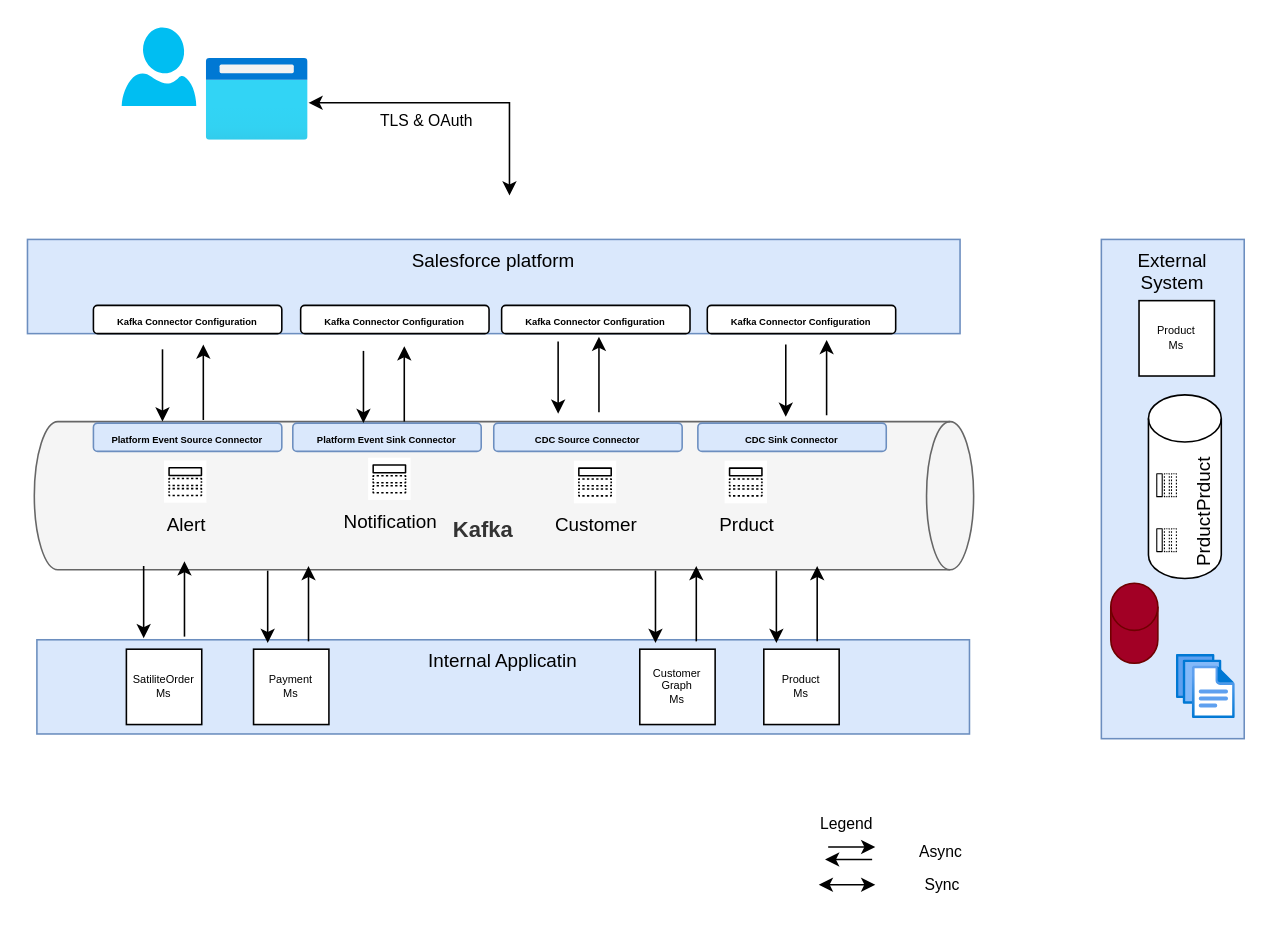
The draw.io diagram ExternalSystemToSalesforce.drawio in sreenubk/user-tracker, before the edit. Source tidied: cells renumbered, new cells numbered last; positions are measured from the earlier drawing's top-left corner, leaving out a move shared by most shapes. Both pictures are drawn from the tidied source at 157%, with x=0, y=0 at pixel (27, 25).
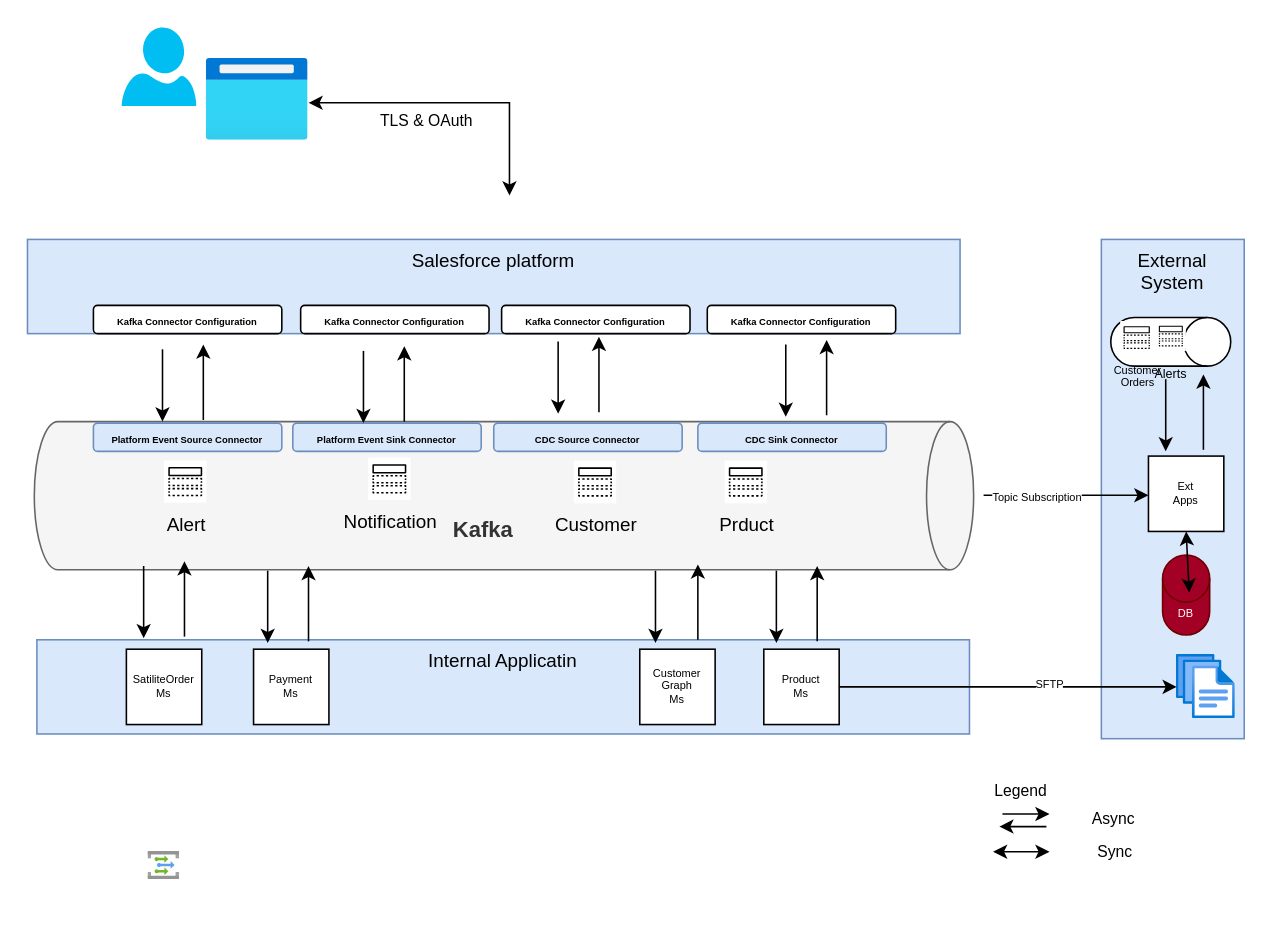
After the change.

Unchanged cells that the change refers to:
```xml
<mxCell id="38" value="&lt;div&gt;Product&lt;/div&gt;&lt;div&gt;Ms&lt;br&gt;&lt;/div&gt;" style="whiteSpace=wrap;html=1;fontSize=7;" parent="1" vertex="1">
  <mxGeometry x="469" y="397" width="48" height="48" as="geometry" />
</mxCell>
<mxCell id="54" style="html=1;points=[];align=center;image;fontSize=12;image=img/lib/azure2/general/Files.svg;" parent="1" vertex="1">
  <mxGeometry x="732" y="400.5" width="37.5" height="41" as="geometry" />
</mxCell>
```

What changed in the source:
```diff
@@
     <mxCell id="13" style="endArrow=classic;html=1;rounded=0;fontSize=10;" parent="1" edge="1">
       <mxGeometry relative="1" as="geometry">
-        <mxPoint x="510" y="523" as="sourcePoint" />
-        <mxPoint x="540" y="523" as="targetPoint" />
+        <mxPoint x="621" y="502" as="sourcePoint" />
+        <mxPoint x="651" y="502" as="targetPoint" />
       </mxGeometry>
     </mxCell>
     <mxCell id="14" style="endArrow=classic;html=1;rounded=0;fontSize=10;" parent="1" edge="1">
       <mxGeometry relative="1" as="geometry">
-        <mxPoint x="538" y="531" as="sourcePoint" />
-        <mxPoint x="508" y="531" as="targetPoint" />
+        <mxPoint x="649" y="510" as="sourcePoint" />
+        <mxPoint x="619" y="510" as="targetPoint" />
       </mxGeometry>
     </mxCell>
     <mxCell id="15" style="endArrow=classic;startArrow=classic;html=1;rounded=0;fontSize=10;" parent="1" edge="1">
       <mxGeometry relative="1" as="geometry">
-        <mxPoint x="504" y="547" as="sourcePoint" />
-        <mxPoint x="540" y="547" as="targetPoint" />
+        <mxPoint x="615" y="526" as="sourcePoint" />
+        <mxPoint x="651" y="526" as="targetPoint" />
       </mxGeometry>
     </mxCell>
     <mxCell id="16" value="Async" style="text;html=1;strokeColor=none;fillColor=none;align=center;verticalAlign=middle;whiteSpace=wrap;rounded=0;fontSize=10;" parent="1" vertex="1">
-      <mxGeometry x="552" y="517" width="60" height="18" as="geometry" />
+      <mxGeometry x="662" y="496" width="60" height="18" as="geometry" />
     </mxCell>
     <mxCell id="17" value="Sync" style="text;html=1;strokeColor=none;fillColor=none;align=center;verticalAlign=middle;whiteSpace=wrap;rounded=0;fontSize=10;" parent="1" vertex="1">
-      <mxGeometry x="553" y="538" width="60" height="18" as="geometry" />
+      <mxGeometry x="663" y="517" width="60" height="18" as="geometry" />
     </mxCell>
     <mxCell id="18" value="Legend" style="text;html=1;strokeColor=none;fillColor=none;align=center;verticalAlign=middle;whiteSpace=wrap;rounded=0;fontSize=10;" parent="1" vertex="1">
-      <mxGeometry x="492" y="499" width="60" height="18" as="geometry" />
+      <mxGeometry x="603" y="478" width="60" height="18" as="geometry" />
     </mxCell>
@@
-    <mxCell id="44" style="endArrow=classic;html=1;rounded=0;fontSize=10;entryX=0.75;entryY=1;entryDx=0;entryDy=0;" parent="1" edge="1">
-      <mxGeometry relative="1" as="geometry">
-        <mxPoint x="426" y="392" as="sourcePoint" />
-        <mxPoint x="426" y="344" as="targetPoint" />
-      </mxGeometry>
-    </mxCell>
@@
-    <mxCell id="48" style="group;rotation=-90;" parent="1" vertex="1">
-      <mxGeometry x="684" y="268" width="106.5" height="51" as="geometry" />
-    </mxCell>
-    <mxCell id="49" style="shape=cylinder3;whiteSpace=wrap;html=1;boundedLbl=1;backgroundOutline=1;size=15;fontSize=7;rotation=0;" parent="48" vertex="1">
-      <mxGeometry x="30" y="-33" width="46.4" height="117" as="geometry" />
-    </mxCell>
-    <mxCell id="50" value="Prduct" style="sketch=0;dashed=0;verticalLabelPosition=bottom;verticalAlign=top;align=center;html=1;fontSize=12;fontStyle=0;shape=mxgraph.aws4.resourceIcon;resIcon=mxgraph.aws4.topic;rotation=-90;" parent="48" vertex="1">
-      <mxGeometry x="32" y="50" width="19.1" height="19.1" as="geometry" />
-    </mxCell>
-    <mxCell id="51" value="Prduct" style="sketch=0;dashed=0;verticalLabelPosition=bottom;verticalAlign=top;align=center;html=1;fontSize=12;fontStyle=0;shape=mxgraph.aws4.resourceIcon;resIcon=mxgraph.aws4.topic;rotation=-90;" parent="48" vertex="1">
-      <mxGeometry x="32" y="15" width="19.1" height="19.1" as="geometry" />
-    </mxCell>
-    <mxCell id="52" style="shape=cylinder3;whiteSpace=wrap;html=1;boundedLbl=1;backgroundOutline=1;size=15;fontSize=7;fillColor=#a20025;fontColor=#ffffff;strokeColor=#6F0000;" parent="1" vertex="1">
-      <mxGeometry x="690" y="355" width="30" height="51" as="geometry" />
+    <mxCell id="52" value="DB" style="shape=cylinder3;whiteSpace=wrap;html=1;boundedLbl=1;backgroundOutline=1;size=15;fontSize=7;fillColor=#a20025;fontColor=#ffffff;strokeColor=#6F0000;" parent="1" vertex="1">
+      <mxGeometry x="723" y="337" width="30" height="51" as="geometry" />
     </mxCell>
-    <mxCell id="53" value="&lt;div&gt;Product&lt;/div&gt;&lt;div&gt;Ms&lt;br&gt;&lt;/div&gt;" style="whiteSpace=wrap;html=1;fontSize=7;" parent="1" vertex="1">
-      <mxGeometry x="708" y="175" width="48" height="48" as="geometry" />
+    <mxCell id="53" value="&lt;div&gt;Ext&lt;/div&gt;&lt;div&gt;Apps&lt;br&gt;&lt;/div&gt;" style="whiteSpace=wrap;html=1;fontSize=7;" parent="1" vertex="1">
+      <mxGeometry x="714" y="274" width="48" height="48" as="geometry" />
     </mxCell>
@@
+    <mxCell id="55" style="html=1;align=center;image;fontSize=12;image=img/lib/azure2/integration/Event_Grid_Topics.svg;" parent="1" vertex="1">
+      <mxGeometry x="77" y="526" width="20.1" height="18" as="geometry" />
+    </mxCell>
+    <mxCell id="49" style="shape=cylinder3;whiteSpace=wrap;html=1;boundedLbl=1;backgroundOutline=1;size=15;fontSize=7;rotation=90;" parent="1" vertex="1">
+      <mxGeometry x="712.7" y="163" width="31" height="76.4" as="geometry" />
+    </mxCell>
+    <mxCell id="51" value="&lt;div style=&quot;font-size: 7px;&quot;&gt;&lt;font style=&quot;font-size: 7px;&quot;&gt;Customer&lt;/font&gt;&lt;/div&gt;&lt;div style=&quot;font-size: 7px;&quot;&gt;&lt;font style=&quot;font-size: 7px;&quot;&gt;Orders&lt;/font&gt;&lt;font style=&quot;font-size: 7px;&quot;&gt;&lt;br&gt;&lt;/font&gt;&lt;/div&gt;" style="sketch=0;dashed=0;verticalLabelPosition=bottom;verticalAlign=top;align=center;html=1;fontSize=12;fontStyle=0;shape=mxgraph.aws4.resourceIcon;resIcon=mxgraph.aws4.topic;rotation=0;" parent="1" vertex="1">
+      <mxGeometry x="696" y="188" width="21" height="21" as="geometry" />
+    </mxCell>
+    <mxCell id="50" value="&lt;font style=&quot;font-size: 8px;&quot;&gt;Alerts&lt;/font&gt;" style="sketch=0;dashed=0;verticalLabelPosition=bottom;verticalAlign=top;align=center;html=1;fontSize=12;fontStyle=0;shape=mxgraph.aws4.resourceIcon;resIcon=mxgraph.aws4.topic;rotation=0;" parent="1" vertex="1">
+      <mxGeometry x="718.7" y="188" width="19.1" height="19.1" as="geometry" />
+    </mxCell>
+    <mxCell id="56" style="endArrow=classic;html=1;rounded=0;fontSize=10;entryX=0.75;entryY=1;entryDx=0;entryDy=0;" parent="1" edge="1">
+      <mxGeometry relative="1" as="geometry">
+        <mxPoint x="427" y="391" as="sourcePoint" />
+        <mxPoint x="427" y="343" as="targetPoint" />
+      </mxGeometry>
+    </mxCell>
+    <mxCell id="57" style="endArrow=classic;html=1;rounded=0;fontSize=10;entryX=0;entryY=0.75;entryDx=0;entryDy=0;" parent="1" edge="1">
+      <mxGeometry relative="1" as="geometry">
+        <mxPoint x="609" y="299" as="sourcePoint" />
+        <mxPoint x="714" y="299" as="targetPoint" />
+      </mxGeometry>
+    </mxCell>
+    <mxCell id="58" value="Topic Subscription" style="edgeLabel;html=1;align=center;verticalAlign=middle;fontSize=7;" parent="57" vertex="1">
+      <mxGeometry x="-0.4" y="-1" relative="1" as="geometry">
+        <mxPoint x="1" as="offset" />
+      </mxGeometry>
+    </mxCell>
+    <mxCell id="59" style="endArrow=classic;html=1;rounded=0;fontSize=10;entryX=0.75;entryY=1;entryDx=0;entryDy=0;" parent="1" edge="1">
+      <mxGeometry relative="1" as="geometry">
+        <mxPoint x="749" y="270" as="sourcePoint" />
+        <mxPoint x="749" y="222" as="targetPoint" />
+      </mxGeometry>
+    </mxCell>
+    <mxCell id="60" style="endArrow=classic;html=1;rounded=0;fontSize=10;entryX=0.5;entryY=0;entryDx=0;entryDy=0;" parent="1" edge="1">
+      <mxGeometry relative="1" as="geometry">
+        <mxPoint x="725" y="225" as="sourcePoint" />
+        <mxPoint x="725" y="271" as="targetPoint" />
+      </mxGeometry>
+    </mxCell>
+    <mxCell id="61" style="endArrow=classic;html=1;rounded=0;fontSize=10;" parent="1" edge="1" source="38" target="54">
+      <mxGeometry relative="1" as="geometry" />
+    </mxCell>
+    <mxCell id="62" value="SFTP" style="edgeLabel;html=1;align=center;verticalAlign=middle;fontSize=7;" parent="61" vertex="1">
+      <mxGeometry x="0.23" y="2" relative="1" as="geometry">
+        <mxPoint x="1" as="offset" />
+      </mxGeometry>
+    </mxCell>
+    <mxCell id="63" style="endArrow=classic;startArrow=classic;html=1;rounded=0;fontSize=7;exitX=0.5;exitY=1;exitDx=0;exitDy=0;" parent="1" edge="1" source="53">
+      <mxGeometry relative="1" as="geometry">
+        <mxPoint x="740" y="361" as="targetPoint" />
+      </mxGeometry>
+    </mxCell>
```
